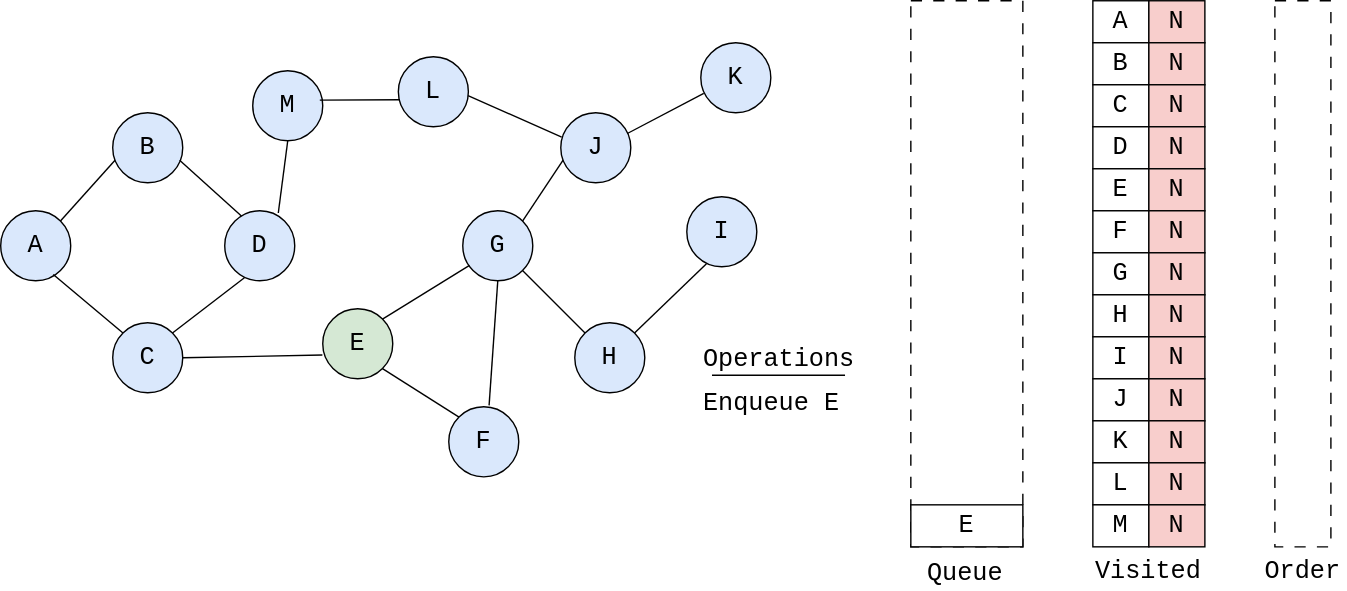
The draw.io diagram assets/posts/graph-theory/bfs-queue/bfs-queue-Page-1.svg in addu390/addu390.github.io, before a commit. Source tidied: cells renumbered, new cells last; positions are measured from the earlier drawing's top-left corner, leaving out a move shared by most shapes.
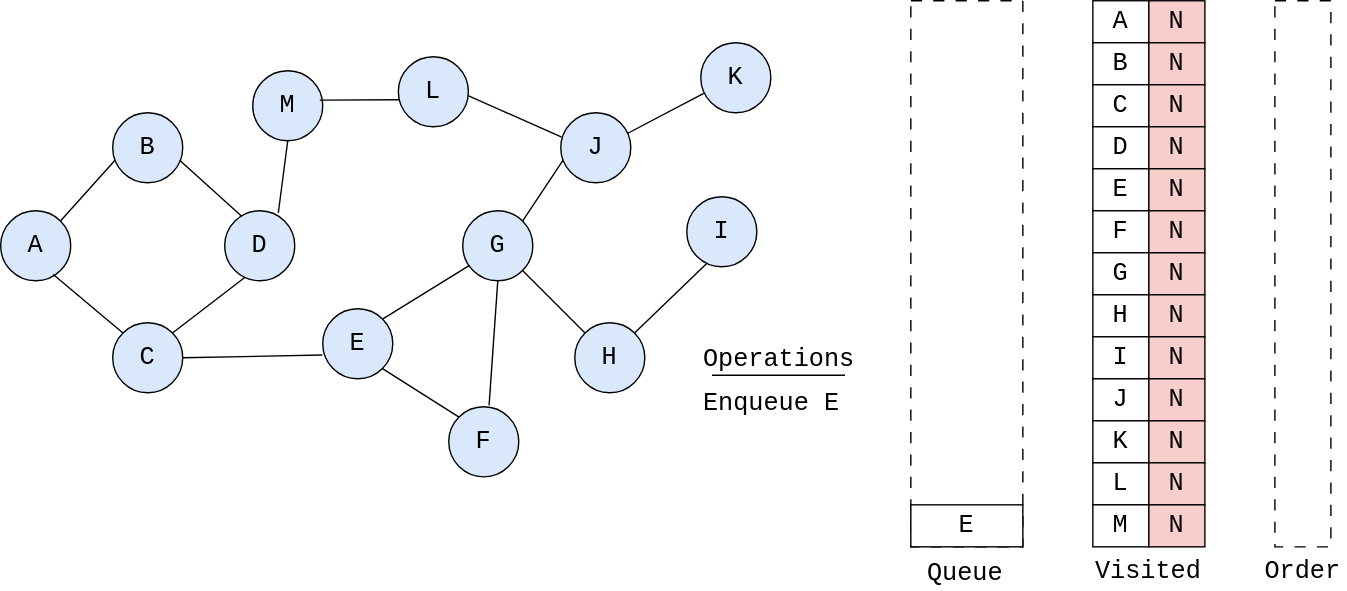
The same diagram one commit later.

Commit message:
Add disgrams for stack and queue

Diff of the diagram source:
```diff
@@ -50,7 +50,7 @@
     <mxCell id="17" value="&lt;span style=&quot;font-family: monospace; font-size: 18px;&quot;&gt;F&lt;/span&gt;" style="ellipse;whiteSpace=wrap;html=1;fillColor=#dae8fc;strokeColor=#000000;" parent="1" vertex="1">
       <mxGeometry x="320" y="290" width="50" height="50" as="geometry" />
     </mxCell>
-    <mxCell id="18" value="&lt;span style=&quot;font-family: monospace; font-size: 18px;&quot;&gt;E&lt;/span&gt;" style="ellipse;whiteSpace=wrap;html=1;fillColor=#d5e8d4;strokeColor=#000000;" parent="1" vertex="1">
+    <mxCell id="18" value="&lt;span style=&quot;font-family: monospace; font-size: 18px;&quot;&gt;E&lt;/span&gt;" style="ellipse;whiteSpace=wrap;html=1;fillColor=#dae8fc;strokeColor=#000000;" parent="1" vertex="1">
       <mxGeometry x="230" y="220" width="50" height="50" as="geometry" />
     </mxCell>
     <mxCell id="19" style="endArrow=none;html=1;rounded=0;entryX=0;entryY=0;entryDx=0;entryDy=0;exitX=1;exitY=1;exitDx=0;exitDy=0;" parent="1" edge="1" source="18" target="17">
```
